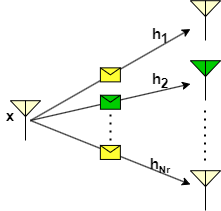
Earlier version of the draw.io export experiment/images/exp5_1.png (virtual-labs/exp-spatial-diversity-iiith). Source tidied: cells renumbered, new cells last; positions are measured from the earlier drawing's top-left corner, leaving out a move shared by most shapes. Source of this version:
```xml
<mxGraphModel>
  <root>
    <mxCell id="0" />
    <mxCell id="1" parent="0" />
    <mxCell id="2" style="verticalLabelPosition=bottom;shadow=0;dashed=0;align=center;html=1;verticalAlign=top;shape=mxgraph.electrical.radio.aerial_-_antenna_2;fillColor=#FFFFCC;" parent="1" vertex="1">
      <mxGeometry x="190" width="30" height="40" as="geometry" />
    </mxCell>
    <mxCell id="3" style="verticalLabelPosition=bottom;shadow=0;dashed=0;align=center;html=1;verticalAlign=top;shape=mxgraph.electrical.radio.aerial_-_antenna_2;fillColor=#00CC00;" parent="1" vertex="1">
      <mxGeometry x="190" y="60" width="30" height="40" as="geometry" />
    </mxCell>
    <mxCell id="4" style="verticalLabelPosition=bottom;shadow=0;dashed=0;align=center;html=1;verticalAlign=top;shape=mxgraph.electrical.radio.aerial_-_antenna_2;fillColor=#FFFFCC;" parent="1" vertex="1">
      <mxGeometry x="10" y="100" width="30" height="40" as="geometry" />
    </mxCell>
    <mxCell id="5" style="verticalLabelPosition=bottom;shadow=0;dashed=0;align=center;html=1;verticalAlign=top;shape=mxgraph.electrical.radio.aerial_-_antenna_2;fillColor=#FFFFCC;" parent="1" vertex="1">
      <mxGeometry x="190" y="170" width="30" height="40" as="geometry" />
    </mxCell>
    <mxCell id="6" style="endArrow=classic;html=1;rounded=0;" parent="1" edge="1" target="2">
      <mxGeometry relative="1" as="geometry">
        <mxPoint x="30" y="120" as="sourcePoint" />
      </mxGeometry>
    </mxCell>
    <mxCell id="7" style="shape=message;html=1;fillColor=#FFFF33;" parent="6" vertex="1">
      <mxGeometry width="20" height="14" relative="1" as="geometry">
        <mxPoint x="-10" y="-7" as="offset" />
      </mxGeometry>
    </mxCell>
    <mxCell id="8" style="endArrow=classic;html=1;rounded=0;" parent="1" edge="1" target="3">
      <mxGeometry relative="1" as="geometry">
        <mxPoint x="30" y="120" as="sourcePoint" />
      </mxGeometry>
    </mxCell>
    <mxCell id="9" style="shape=message;html=1;fillColor=#00CC00;" parent="8" vertex="1">
      <mxGeometry width="20" height="14" relative="1" as="geometry">
        <mxPoint x="-10" y="-7" as="offset" />
      </mxGeometry>
    </mxCell>
    <mxCell id="10" style="endArrow=classic;html=1;rounded=0;" parent="1" edge="1" target="5">
      <mxGeometry relative="1" as="geometry">
        <mxPoint x="30" y="120" as="sourcePoint" />
      </mxGeometry>
    </mxCell>
    <mxCell id="11" style="shape=message;html=1;fillColor=#FFFF33;" parent="10" vertex="1">
      <mxGeometry width="20" height="14" relative="1" as="geometry">
        <mxPoint x="-10" y="-7" as="offset" />
      </mxGeometry>
    </mxCell>
    <mxCell id="12" style="endArrow=none;dashed=1;html=1;dashPattern=1 3;strokeWidth=2;rounded=0;" parent="1" edge="1">
      <mxGeometry relative="1" as="geometry">
        <mxPoint x="110" y="140" as="sourcePoint" />
        <mxPoint x="110" y="110" as="targetPoint" />
      </mxGeometry>
    </mxCell>
    <mxCell id="13" style="endArrow=none;dashed=1;html=1;dashPattern=1 3;strokeWidth=2;rounded=0;" parent="1" edge="1">
      <mxGeometry relative="1" as="geometry">
        <mxPoint x="204.5" y="160" as="sourcePoint" />
        <mxPoint x="204.5" y="110" as="targetPoint" />
      </mxGeometry>
    </mxCell>
    <mxCell id="14" value="&lt;b&gt;&lt;font style=&quot;font-size: 15px;&quot;&gt;h&lt;/font&gt;&lt;font style=&quot;font-size: 12.5px;&quot;&gt;&lt;sub&gt;Nr&lt;/sub&gt;&lt;/font&gt;&lt;/b&gt;" style="text;html=1;align=center;verticalAlign=middle;whiteSpace=wrap;rounded=0;" parent="1" vertex="1">
      <mxGeometry x="150" y="150" width="20" height="30" as="geometry" />
    </mxCell>
    <mxCell id="15" value="&lt;b&gt;&lt;font style=&quot;font-size: 15px;&quot;&gt;h&lt;sub&gt;2&lt;/sub&gt;&lt;/font&gt;&lt;/b&gt;" style="text;html=1;align=center;verticalAlign=middle;whiteSpace=wrap;rounded=0;" parent="1" vertex="1">
      <mxGeometry x="150" y="65" width="20" height="30" as="geometry" />
    </mxCell>
    <mxCell id="16" value="&lt;b&gt;&lt;font style=&quot;font-size: 15px;&quot;&gt;h&lt;sub&gt;1&lt;/sub&gt;&lt;/font&gt;&lt;/b&gt;" style="text;html=1;align=center;verticalAlign=middle;whiteSpace=wrap;rounded=0;" parent="1" vertex="1">
      <mxGeometry x="150" y="20" width="20" height="30" as="geometry" />
    </mxCell>
    <mxCell id="17" value="&lt;span style=&quot;font-size: 15px;&quot;&gt;&lt;b&gt;x&lt;/b&gt;&lt;/span&gt;" style="text;html=1;align=center;verticalAlign=middle;whiteSpace=wrap;rounded=0;" parent="1" vertex="1">
      <mxGeometry y="100" width="20" height="30" as="geometry" />
    </mxCell>
  </root>
</mxGraphModel>
```
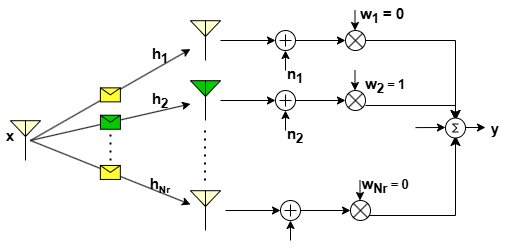
After the change.

Diff of the diagram source:
```diff
@@ -68,5 +68,170 @@
     <mxCell id="17" value="&lt;span style=&quot;font-size: 15px;&quot;&gt;&lt;b&gt;x&lt;/b&gt;&lt;/span&gt;" style="text;html=1;align=center;verticalAlign=middle;whiteSpace=wrap;rounded=0;" parent="1" vertex="1">
       <mxGeometry y="100" width="20" height="30" as="geometry" />
     </mxCell>
+    <mxCell id="18" style="group;" parent="1" vertex="1">
+      <mxGeometry x="220" y="-10" width="295" height="230" as="geometry" />
+    </mxCell>
+    <mxCell id="19" style="group;" parent="18" vertex="1">
+      <mxGeometry x="145" y="30" width="150" height="175" as="geometry" />
+    </mxCell>
+    <mxCell id="20" style="edgeStyle=segmentEdgeStyle;endArrow=classic;html=1;curved=0;rounded=0;endSize=8;startSize=8;entryX=0.5;entryY=1;entryDx=0;entryDy=0;" parent="19" edge="1">
+      <mxGeometry relative="1" as="geometry">
+        <mxPoint y="175" as="sourcePoint" />
+        <mxPoint x="90" y="95" as="targetPoint" />
+      </mxGeometry>
+    </mxCell>
+    <mxCell id="21" style="edgeStyle=segmentEdgeStyle;endArrow=classic;html=1;curved=0;rounded=0;endSize=8;startSize=8;entryX=0.5;entryY=0;entryDx=0;entryDy=0;" parent="19" edge="1">
+      <mxGeometry relative="1" as="geometry">
+        <mxPoint y="65" as="sourcePoint" />
+        <mxPoint x="90" y="80" as="targetPoint" />
+      </mxGeometry>
+    </mxCell>
+    <mxCell id="22" style="edgeStyle=segmentEdgeStyle;endArrow=classic;html=1;curved=0;rounded=0;endSize=8;startSize=8;entryX=0.5;entryY=0;entryDx=0;entryDy=0;" parent="19" edge="1">
+      <mxGeometry relative="1" as="geometry">
+        <mxPoint as="sourcePoint" />
+        <mxPoint x="90" y="80" as="targetPoint" />
+      </mxGeometry>
+    </mxCell>
+    <mxCell id="23" value="&lt;span style=&quot;font-size: 15px;&quot;&gt;&lt;b&gt;y&lt;/b&gt;&lt;/span&gt;" style="text;html=1;align=center;verticalAlign=middle;whiteSpace=wrap;rounded=0;" parent="19" vertex="1">
+      <mxGeometry x="120" y="76.2" width="20" height="22.5" as="geometry" />
+    </mxCell>
+    <mxCell id="24" style="endArrow=classic;html=1;rounded=0;" parent="19" edge="1">
+      <mxGeometry relative="1" as="geometry">
+        <mxPoint x="50" y="87.1" as="sourcePoint" />
+        <mxPoint x="80" y="87" as="targetPoint" />
+      </mxGeometry>
+    </mxCell>
+    <mxCell id="25" style="verticalLabelPosition=bottom;shadow=0;dashed=0;align=center;html=1;verticalAlign=top;shape=mxgraph.electrical.abstract.sum;" parent="19" vertex="1">
+      <mxGeometry x="80" y="77.5" width="20" height="20" as="geometry" />
+    </mxCell>
+    <mxCell id="26" style="endArrow=classic;html=1;rounded=0;" parent="19" edge="1">
+      <mxGeometry relative="1" as="geometry">
+        <mxPoint x="100" y="87" as="sourcePoint" />
+        <mxPoint x="120" y="87" as="targetPoint" />
+      </mxGeometry>
+    </mxCell>
+    <mxCell id="27" value="&lt;b style=&quot;&quot;&gt;&lt;span style=&quot;font-size: 15px;&quot;&gt;w&lt;sub&gt;2&lt;/sub&gt;&lt;/span&gt;&lt;span style=&quot;font-size: 12.5px;&quot;&gt;&amp;nbsp;= 1&lt;/span&gt;&lt;/b&gt;" style="text;html=1;align=center;verticalAlign=middle;whiteSpace=wrap;rounded=0;" parent="19" vertex="1">
+      <mxGeometry x="-5" y="30" width="50" height="30" as="geometry" />
+    </mxCell>
+    <mxCell id="28" value="&lt;b style=&quot;&quot;&gt;&lt;span style=&quot;font-size: 15px;&quot;&gt;w&lt;sub&gt;Nr&lt;/sub&gt;&lt;/span&gt;&lt;span style=&quot;font-size: 12.5px;&quot;&gt;&amp;nbsp;= 0&lt;/span&gt;&lt;/b&gt;" style="text;html=1;align=center;verticalAlign=middle;whiteSpace=wrap;rounded=0;" parent="19" vertex="1">
+      <mxGeometry x="-25" y="130" width="90" height="30" as="geometry" />
+    </mxCell>
+    <mxCell id="29" style="group;" parent="18" vertex="1">
+      <mxGeometry width="145" height="60" as="geometry" />
+    </mxCell>
+    <mxCell id="30" style="verticalLabelPosition=bottom;shadow=0;dashed=0;align=center;html=1;verticalAlign=top;shape=mxgraph.electrical.abstract.summation_point;" parent="29" vertex="1">
+      <mxGeometry x="55" y="20" width="20" height="20" as="geometry" />
+    </mxCell>
+    <mxCell id="31" style="endArrow=classic;html=1;rounded=0;" parent="29" edge="1">
+      <mxGeometry relative="1" as="geometry">
+        <mxPoint x="134.5" as="sourcePoint" />
+        <mxPoint x="134.5" y="20" as="targetPoint" />
+      </mxGeometry>
+    </mxCell>
+    <mxCell id="32" style="group;" parent="29" vertex="1">
+      <mxGeometry y="20" width="145" height="40" as="geometry" />
+    </mxCell>
+    <mxCell id="33" style="endArrow=classic;html=1;rounded=0;" parent="32" edge="1">
+      <mxGeometry relative="1" as="geometry">
+        <mxPoint x="65" y="40" as="sourcePoint" />
+        <mxPoint x="65" y="20" as="targetPoint" />
+      </mxGeometry>
+    </mxCell>
+    <mxCell id="34" style="endArrow=classic;html=1;rounded=0;" parent="32" edge="1">
+      <mxGeometry relative="1" as="geometry">
+        <mxPoint y="10" as="sourcePoint" />
+        <mxPoint x="55" y="10" as="targetPoint" />
+      </mxGeometry>
+    </mxCell>
+    <mxCell id="35" style="endArrow=classic;html=1;rounded=0;" parent="32" edge="1">
+      <mxGeometry relative="1" as="geometry">
+        <mxPoint x="75" y="10" as="sourcePoint" />
+        <mxPoint x="125" y="10" as="targetPoint" />
+      </mxGeometry>
+    </mxCell>
+    <mxCell id="36" style="shape=sumEllipse;perimeter=ellipsePerimeter;whiteSpace=wrap;html=1;backgroundOutline=1;" parent="32" vertex="1">
+      <mxGeometry x="125" width="20" height="20" as="geometry" />
+    </mxCell>
+    <mxCell id="37" style="group;" parent="18" vertex="1">
+      <mxGeometry x="5" y="170" width="145" height="60" as="geometry" />
+    </mxCell>
+    <mxCell id="38" style="verticalLabelPosition=bottom;shadow=0;dashed=0;align=center;html=1;verticalAlign=top;shape=mxgraph.electrical.abstract.summation_point;" parent="37" vertex="1">
+      <mxGeometry x="55" y="20" width="20" height="20" as="geometry" />
+    </mxCell>
+    <mxCell id="39" style="endArrow=classic;html=1;rounded=0;" parent="37" edge="1">
+      <mxGeometry relative="1" as="geometry">
+        <mxPoint x="134.5" as="sourcePoint" />
+        <mxPoint x="134.5" y="20" as="targetPoint" />
+      </mxGeometry>
+    </mxCell>
+    <mxCell id="40" style="group;" parent="37" vertex="1">
+      <mxGeometry y="20" width="145" height="40" as="geometry" />
+    </mxCell>
+    <mxCell id="41" style="endArrow=classic;html=1;rounded=0;" parent="40" edge="1">
+      <mxGeometry relative="1" as="geometry">
+        <mxPoint x="65" y="40" as="sourcePoint" />
+        <mxPoint x="65" y="20" as="targetPoint" />
+      </mxGeometry>
+    </mxCell>
+    <mxCell id="42" style="endArrow=classic;html=1;rounded=0;" parent="40" edge="1">
+      <mxGeometry relative="1" as="geometry">
+        <mxPoint y="10" as="sourcePoint" />
+        <mxPoint x="55" y="10" as="targetPoint" />
+      </mxGeometry>
+    </mxCell>
+    <mxCell id="43" style="endArrow=classic;html=1;rounded=0;" parent="40" edge="1">
+      <mxGeometry relative="1" as="geometry">
+        <mxPoint x="75" y="10" as="sourcePoint" />
+        <mxPoint x="125" y="10" as="targetPoint" />
+      </mxGeometry>
+    </mxCell>
+    <mxCell id="44" style="shape=sumEllipse;perimeter=ellipsePerimeter;whiteSpace=wrap;html=1;backgroundOutline=1;" parent="40" vertex="1">
+      <mxGeometry x="125" width="20" height="20" as="geometry" />
+    </mxCell>
+    <mxCell id="45" style="group;" parent="18" vertex="1">
+      <mxGeometry y="60" width="145" height="80" as="geometry" />
+    </mxCell>
+    <mxCell id="46" style="verticalLabelPosition=bottom;shadow=0;dashed=0;align=center;html=1;verticalAlign=top;shape=mxgraph.electrical.abstract.summation_point;" parent="45" vertex="1">
+      <mxGeometry x="55" y="20" width="20" height="20" as="geometry" />
+    </mxCell>
+    <mxCell id="47" style="endArrow=classic;html=1;rounded=0;" parent="45" edge="1">
+      <mxGeometry relative="1" as="geometry">
+        <mxPoint x="134.5" as="sourcePoint" />
+        <mxPoint x="134.5" y="20" as="targetPoint" />
+      </mxGeometry>
+    </mxCell>
+    <mxCell id="48" style="group;" parent="45" vertex="1">
+      <mxGeometry y="20" width="145" height="60" as="geometry" />
+    </mxCell>
+    <mxCell id="49" style="endArrow=classic;html=1;rounded=0;" parent="48" edge="1">
+      <mxGeometry relative="1" as="geometry">
+        <mxPoint x="65" y="40" as="sourcePoint" />
+        <mxPoint x="65" y="20" as="targetPoint" />
+      </mxGeometry>
+    </mxCell>
+    <mxCell id="50" style="endArrow=classic;html=1;rounded=0;" parent="48" edge="1">
+      <mxGeometry relative="1" as="geometry">
+        <mxPoint y="10" as="sourcePoint" />
+        <mxPoint x="55" y="10" as="targetPoint" />
+      </mxGeometry>
+    </mxCell>
+    <mxCell id="51" style="endArrow=classic;html=1;rounded=0;" parent="48" edge="1">
+      <mxGeometry relative="1" as="geometry">
+        <mxPoint x="75" y="10" as="sourcePoint" />
+        <mxPoint x="125" y="10" as="targetPoint" />
+      </mxGeometry>
+    </mxCell>
+    <mxCell id="52" style="shape=sumEllipse;perimeter=ellipsePerimeter;whiteSpace=wrap;html=1;backgroundOutline=1;" parent="48" vertex="1">
+      <mxGeometry x="125" width="20" height="20" as="geometry" />
+    </mxCell>
+    <mxCell id="53" value="&lt;span style=&quot;font-size: 15px;&quot;&gt;&lt;b&gt;n&lt;sub&gt;2&lt;/sub&gt;&lt;/b&gt;&lt;/span&gt;" style="text;html=1;align=center;verticalAlign=middle;whiteSpace=wrap;rounded=0;" parent="48" vertex="1">
+      <mxGeometry x="65" y="30" width="20" height="30" as="geometry" />
+    </mxCell>
+    <mxCell id="54" value="&lt;span style=&quot;font-size: 15px;&quot;&gt;&lt;b&gt;n&lt;sub&gt;1&lt;/sub&gt;&lt;/b&gt;&lt;/span&gt;" style="text;html=1;align=center;verticalAlign=middle;whiteSpace=wrap;rounded=0;" parent="45" vertex="1">
+      <mxGeometry x="65" y="-10" width="20" height="30" as="geometry" />
+    </mxCell>
+    <mxCell id="55" value="&lt;span style=&quot;font-size: 15px;&quot;&gt;&lt;b&gt;&amp;nbsp;w&lt;sub&gt;1&lt;/sub&gt; = 0&lt;/b&gt;&lt;/span&gt;" style="text;html=1;align=center;verticalAlign=middle;whiteSpace=wrap;rounded=0;" parent="18" vertex="1">
+      <mxGeometry x="130" y="-10" width="60" height="30" as="geometry" />
+    </mxCell>
   </root>
 </mxGraphModel>
```
